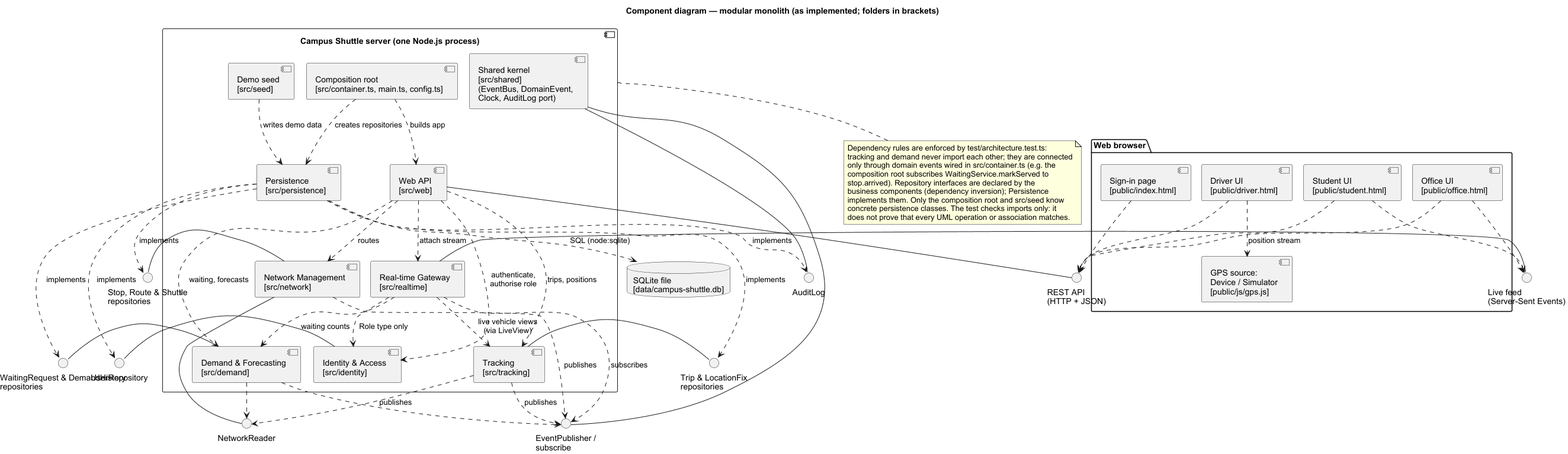
The PlantUML diagram docs/uml/out/10-component-diagram.png in abdullahshammari796-ctrl/CampusShuttle, before a commit. Its diagram source:
```plantuml
@startuml 10-component-diagram
!pragma layout smetana
skinparam shadowing false
skinparam defaultFontName Arial
skinparam componentStyle uml2
title Component diagram — modular monolith (as implemented; folders in brackets)

package "Web browser" {
  component "Sign-in page\n[public/index.html]" as LoginUI
  component "Student UI\n[public/student.html]" as StudentUI
  component "Driver UI\n[public/driver.html]" as DriverUI
  component "GPS source:\nDevice / Simulator\n[public/js/gps.js]" as GpsSrc
  component "Office UI\n[public/office.html]" as OfficeUI
}

component "Campus Shuttle server (one Node.js process)" as Server {
  component "Composition root\n[src/container.ts, main.ts, config.ts]" as Root
  component "Web API\n[src/web]" as Web
  component "Real-time Gateway\n[src/realtime]" as RT
  component "Identity & Access\n[src/identity]" as Identity
  component "Network Management\n[src/network]" as Network
  component "Tracking\n[src/tracking]" as Tracking
  component "Demand & Forecasting\n[src/demand]" as Demand
  component "Shared kernel\n[src/shared]\n(EventBus, DomainEvent,\nClock, AuditLog port)" as Bus
  component "Persistence\n[src/persistence]" as Persistence
  component "Demo seed\n[src/seed]" as Seed
}

database "SQLite file\n[data/campus-shuttle.db]" as DB

interface "REST API\n(HTTP + JSON)" as IREST
interface "Live feed\n(Server-Sent Events)" as ISSE
interface "NetworkReader" as INet
interface "EventPublisher /\nsubscribe" as IBus
interface "Trip & LocationFix\nrepositories" as ITrackRepo
interface "WaitingRequest & DemandHistory\nrepositories" as IDemandRepo
interface "UserRepository" as IUserRepo
interface "Stop, Route & Shuttle\nrepositories" as INetRepo
interface "AuditLog" as IAudit

Web - IREST
RT - ISSE
Network - INet
Bus - IBus
Tracking - ITrackRepo
Demand - IDemandRepo
Identity - IUserRepo
Network - INetRepo
Bus - IAudit

LoginUI ..> IREST
StudentUI ..> IREST
StudentUI ..> ISSE
DriverUI ..> IREST
DriverUI ..> GpsSrc : position stream
OfficeUI ..> IREST
OfficeUI ..> ISSE

Web ..> Identity : authenticate,\nauthorise role
Web ..> Tracking : trips, positions
Web ..> Demand : waiting, forecasts
Web ..> Network : routes
Web ..> RT : attach stream
RT ..> Tracking : live vehicle views\n(via LiveView)
RT ..> Demand : waiting counts
RT ..> Identity : Role type only
RT ..> IBus : subscribes
Tracking ..> INet
Demand ..> INet
Tracking ..> IBus : publishes
Demand ..> IBus : publishes
Network ..> IBus : publishes
Persistence ..> ITrackRepo : implements
Persistence ..> IDemandRepo : implements
Persistence ..> IUserRepo : implements
Persistence ..> INetRepo : implements
Persistence ..> IAudit : implements
Persistence ..> DB : SQL (node:sqlite)
Seed ..> Persistence : writes demo data
Root ..> Persistence : creates repositories
Root ..> Web : builds app

note bottom of Server
  Dependency rules are enforced by test/architecture.test.ts:
  tracking and demand never import each other; they are connected
  only through domain events wired in src/container.ts (e.g. the
  composition root subscribes WaitingService.markServed to
  stop.arrived). Repository interfaces are declared by the
  business components (dependency inversion); Persistence
  implements them. Only the composition root and src/seed know
  concrete persistence classes. The test checks imports only: it
  does not prove that every UML operation or association matches.
end note
@enduml
```
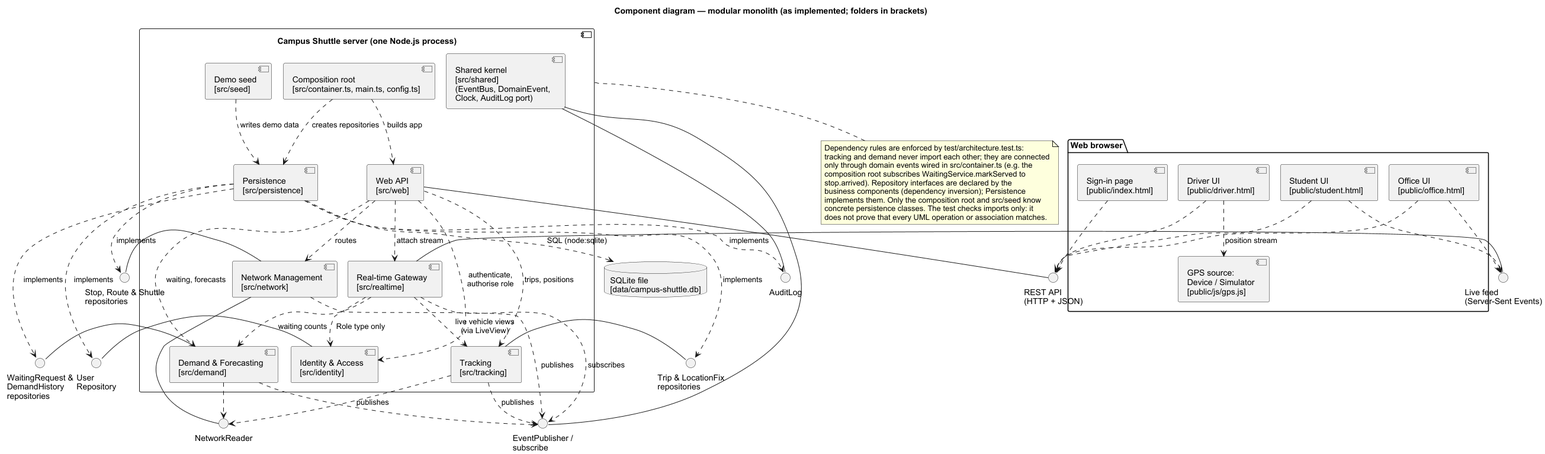
After the change.

Commit message:
fix(uml): stop two interface labels overlapping in the component diagram

What changed in the source:
```diff
@@ -33,8 +33,8 @@
 interface "NetworkReader" as INet
 interface "EventPublisher /\nsubscribe" as IBus
 interface "Trip & LocationFix\nrepositories" as ITrackRepo
-interface "WaitingRequest & DemandHistory\nrepositories" as IDemandRepo
-interface "UserRepository" as IUserRepo
+interface "WaitingRequest &\nDemandHistory\nrepositories" as IDemandRepo
+interface "User\nRepository" as IUserRepo
 interface "Stop, Route & Shuttle\nrepositories" as INetRepo
 interface "AuditLog" as IAudit
 
```
